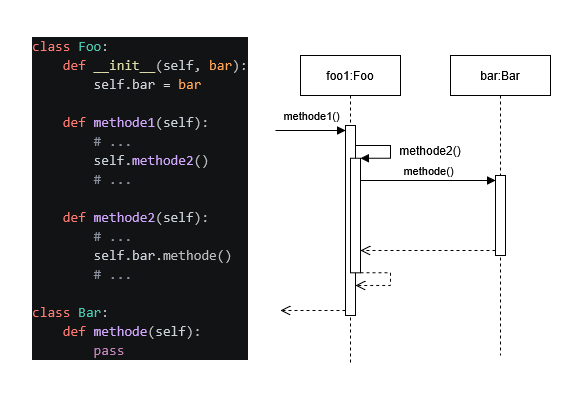
Earlier version of the draw.io export Kurstage/2026-04-02/Sequenzdiagramm.png (anbobm/TQ5-1). Source tidied: cells renumbered, new cells last; positions are measured from the earlier drawing's top-left corner, leaving out a move shared by most shapes.
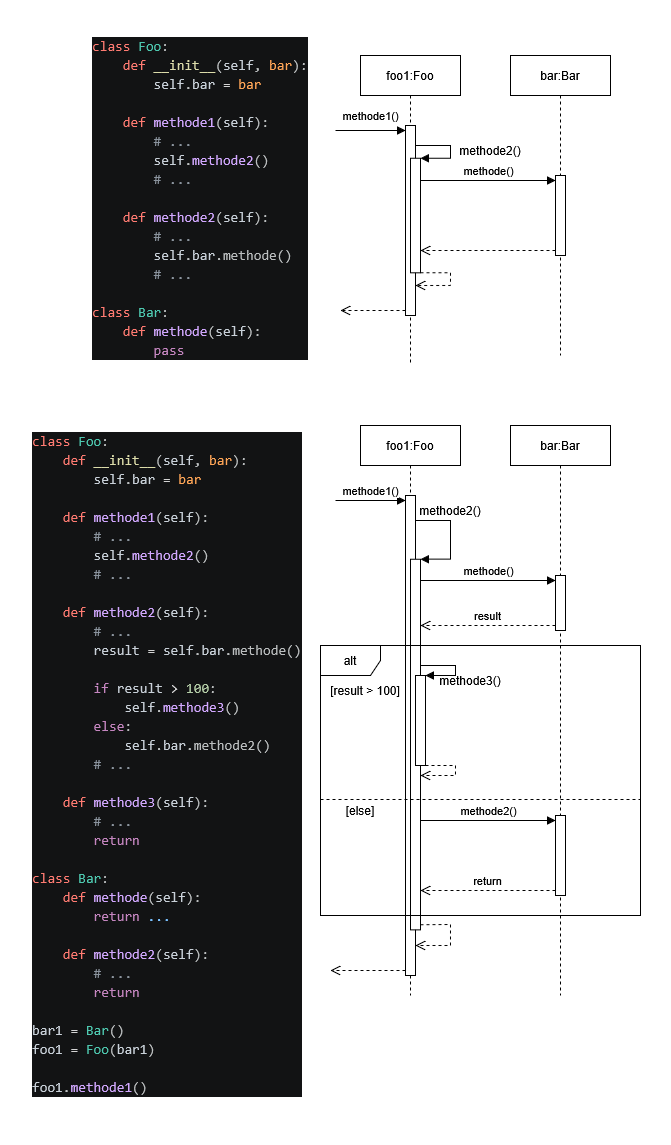
Above is the later version.

Commit message:
Beispiel Sequenzdiagramm geändert

The edit, as a diff of the source:
```diff
@@ -61,5 +61,114 @@
     <mxCell id="15" style="html=1;verticalAlign=bottom;endArrow=open;dashed=1;endSize=8;curved=0;rounded=0;exitX=0;exitY=1;exitDx=0;exitDy=-5;" parent="1" edge="1" source="7" target="10">
       <mxGeometry relative="1" as="geometry" />
     </mxCell>
+    <mxCell id="16" value="&lt;div style=&quot;color: #bbbebf;background-color: #121314;font-family: Consolas, 'Courier New', monospace;font-weight: normal;font-size: 14px;line-height: 19px;white-space: pre;&quot;&gt;&lt;div&gt;&lt;span style=&quot;color: #ff7b72;&quot;&gt;class&lt;/span&gt;&lt;span style=&quot;color: #bbbebf;&quot;&gt; &lt;/span&gt;&lt;span style=&quot;color: #4ec9b0;&quot;&gt;Foo&lt;/span&gt;&lt;span style=&quot;color: #bbbebf;&quot;&gt;:&lt;/span&gt;&lt;/div&gt;&lt;div&gt;&lt;span style=&quot;color: #bbbebf;&quot;&gt;&amp;nbsp; &amp;nbsp; &lt;/span&gt;&lt;span style=&quot;color: #ff7b72;&quot;&gt;def&lt;/span&gt;&lt;span style=&quot;color: #bbbebf;&quot;&gt; &lt;/span&gt;&lt;span style=&quot;color: #dcdcaa;&quot;&gt;__init__&lt;/span&gt;&lt;span style=&quot;color: #bbbebf;&quot;&gt;(&lt;/span&gt;&lt;span style=&quot;color: #c9d1d9;&quot;&gt;self&lt;/span&gt;&lt;span style=&quot;color: #bbbebf;&quot;&gt;, &lt;/span&gt;&lt;span style=&quot;color: #ffa657;&quot;&gt;bar&lt;/span&gt;&lt;span style=&quot;color: #bbbebf;&quot;&gt;):&lt;/span&gt;&lt;/div&gt;&lt;div&gt;&lt;span style=&quot;color: #bbbebf;&quot;&gt;&amp;nbsp; &amp;nbsp; &amp;nbsp; &amp;nbsp; &lt;/span&gt;&lt;span style=&quot;color: #c9d1d9;&quot;&gt;self&lt;/span&gt;&lt;span style=&quot;color: #bbbebf;&quot;&gt;.&lt;/span&gt;&lt;span style=&quot;color: #c9d1d9;&quot;&gt;bar&lt;/span&gt;&lt;span style=&quot;color: #bbbebf;&quot;&gt; &lt;/span&gt;&lt;span style=&quot;color: #d4d4d4;&quot;&gt;=&lt;/span&gt;&lt;span style=&quot;color: #bbbebf;&quot;&gt; &lt;/span&gt;&lt;span style=&quot;color: #ffa657;&quot;&gt;bar&lt;/span&gt;&lt;/div&gt;&lt;br&gt;&lt;div&gt;&lt;span style=&quot;color: #bbbebf;&quot;&gt;&amp;nbsp; &amp;nbsp; &lt;/span&gt;&lt;span style=&quot;color: #ff7b72;&quot;&gt;def&lt;/span&gt;&lt;span style=&quot;color: #bbbebf;&quot;&gt; &lt;/span&gt;&lt;span style=&quot;color: #d2a8ff;&quot;&gt;methode1&lt;/span&gt;&lt;span style=&quot;color: #bbbebf;&quot;&gt;(&lt;/span&gt;&lt;span style=&quot;color: #c9d1d9;&quot;&gt;self&lt;/span&gt;&lt;span style=&quot;color: #bbbebf;&quot;&gt;):&lt;/span&gt;&lt;/div&gt;&lt;div&gt;&lt;span style=&quot;color: #bbbebf;&quot;&gt;&amp;nbsp; &amp;nbsp; &amp;nbsp; &amp;nbsp; &lt;/span&gt;&lt;span style=&quot;color: #8b949e;&quot;&gt;# ...&lt;/span&gt;&lt;/div&gt;&lt;div&gt;&lt;span style=&quot;color: #bbbebf;&quot;&gt;&amp;nbsp; &amp;nbsp; &amp;nbsp; &amp;nbsp; &lt;/span&gt;&lt;span style=&quot;color: #c9d1d9;&quot;&gt;self&lt;/span&gt;&lt;span style=&quot;color: #bbbebf;&quot;&gt;.&lt;/span&gt;&lt;span style=&quot;color: #d2a8ff;&quot;&gt;methode2&lt;/span&gt;&lt;span style=&quot;color: #bbbebf;&quot;&gt;()&lt;/span&gt;&lt;/div&gt;&lt;div&gt;&lt;span style=&quot;color: #bbbebf;&quot;&gt;&amp;nbsp; &amp;nbsp; &amp;nbsp; &amp;nbsp; &lt;/span&gt;&lt;span style=&quot;color: #8b949e;&quot;&gt;# ...&lt;/span&gt;&lt;/div&gt;&lt;div&gt;&lt;span style=&quot;color: #bbbebf;&quot;&gt;&amp;nbsp; &amp;nbsp; &lt;/span&gt;&lt;/div&gt;&lt;div&gt;&lt;span style=&quot;color: #bbbebf;&quot;&gt;&amp;nbsp; &amp;nbsp; &lt;/span&gt;&lt;span style=&quot;color: #ff7b72;&quot;&gt;def&lt;/span&gt;&lt;span style=&quot;color: #bbbebf;&quot;&gt; &lt;/span&gt;&lt;span style=&quot;color: #d2a8ff;&quot;&gt;methode2&lt;/span&gt;&lt;span style=&quot;color: #bbbebf;&quot;&gt;(&lt;/span&gt;&lt;span style=&quot;color: #c9d1d9;&quot;&gt;self&lt;/span&gt;&lt;span style=&quot;color: #bbbebf;&quot;&gt;):&lt;/span&gt;&lt;/div&gt;&lt;div&gt;&lt;span style=&quot;color: #bbbebf;&quot;&gt;&amp;nbsp; &amp;nbsp; &amp;nbsp; &amp;nbsp; &lt;/span&gt;&lt;span style=&quot;color: #8b949e;&quot;&gt;# ...&lt;/span&gt;&lt;/div&gt;&lt;div&gt;&lt;span style=&quot;color: #bbbebf;&quot;&gt;&amp;nbsp; &amp;nbsp; &amp;nbsp; &amp;nbsp; &lt;/span&gt;&lt;span style=&quot;color: #c9d1d9;&quot;&gt;result&lt;/span&gt;&lt;span style=&quot;color: #bbbebf;&quot;&gt; &lt;/span&gt;&lt;span style=&quot;color: #d4d4d4;&quot;&gt;=&lt;/span&gt;&lt;span style=&quot;color: #bbbebf;&quot;&gt; &lt;/span&gt;&lt;span style=&quot;color: #c9d1d9;&quot;&gt;self&lt;/span&gt;&lt;span style=&quot;color: #bbbebf;&quot;&gt;.&lt;/span&gt;&lt;span style=&quot;color: #c9d1d9;&quot;&gt;bar&lt;/span&gt;&lt;span style=&quot;color: #bbbebf;&quot;&gt;.methode()&lt;/span&gt;&lt;/div&gt;&lt;br&gt;&lt;div&gt;&lt;span style=&quot;color: #bbbebf;&quot;&gt;&amp;nbsp; &amp;nbsp; &amp;nbsp; &amp;nbsp; &lt;/span&gt;&lt;span style=&quot;color: #c586c0;&quot;&gt;if&lt;/span&gt;&lt;span style=&quot;color: #bbbebf;&quot;&gt; &lt;/span&gt;&lt;span style=&quot;color: #c9d1d9;&quot;&gt;result&lt;/span&gt;&lt;span style=&quot;color: #bbbebf;&quot;&gt; &lt;/span&gt;&lt;span style=&quot;color: #d4d4d4;&quot;&gt;&amp;gt;&lt;/span&gt;&lt;span style=&quot;color: #bbbebf;&quot;&gt; &lt;/span&gt;&lt;span style=&quot;color: #b5cea8;&quot;&gt;100&lt;/span&gt;&lt;span style=&quot;color: #bbbebf;&quot;&gt;:&lt;/span&gt;&lt;/div&gt;&lt;div&gt;&lt;span style=&quot;color: #bbbebf;&quot;&gt;&amp;nbsp; &amp;nbsp; &amp;nbsp; &amp;nbsp; &amp;nbsp; &amp;nbsp; &lt;/span&gt;&lt;span style=&quot;color: #c9d1d9;&quot;&gt;self&lt;/span&gt;&lt;span style=&quot;color: #bbbebf;&quot;&gt;.&lt;/span&gt;&lt;span style=&quot;color: #d2a8ff;&quot;&gt;methode3&lt;/span&gt;&lt;span style=&quot;color: #bbbebf;&quot;&gt;()&lt;/span&gt;&lt;/div&gt;&lt;div&gt;&lt;span style=&quot;color: #bbbebf;&quot;&gt;&amp;nbsp; &amp;nbsp; &amp;nbsp; &amp;nbsp; &lt;/span&gt;&lt;span style=&quot;color: #c586c0;&quot;&gt;else&lt;/span&gt;&lt;span style=&quot;color: #bbbebf;&quot;&gt;:&lt;/span&gt;&lt;/div&gt;&lt;div&gt;&lt;span style=&quot;color: #bbbebf;&quot;&gt;&amp;nbsp; &amp;nbsp; &amp;nbsp; &amp;nbsp; &amp;nbsp; &amp;nbsp; &lt;/span&gt;&lt;span style=&quot;color: #c9d1d9;&quot;&gt;self&lt;/span&gt;&lt;span style=&quot;color: #bbbebf;&quot;&gt;.&lt;/span&gt;&lt;span style=&quot;color: #c9d1d9;&quot;&gt;bar&lt;/span&gt;&lt;span style=&quot;color: #bbbebf;&quot;&gt;.methode2()&lt;/span&gt;&lt;/div&gt;&lt;div&gt;&lt;span style=&quot;color: #bbbebf;&quot;&gt;&amp;nbsp; &amp;nbsp; &amp;nbsp; &amp;nbsp; &lt;/span&gt;&lt;span style=&quot;color: #8b949e;&quot;&gt;# ...&lt;/span&gt;&lt;/div&gt;&lt;div&gt;&lt;span style=&quot;color: #bbbebf;&quot;&gt;&amp;nbsp; &amp;nbsp; &lt;/span&gt;&lt;/div&gt;&lt;div&gt;&lt;span style=&quot;color: #bbbebf;&quot;&gt;&amp;nbsp; &amp;nbsp; &lt;/span&gt;&lt;span style=&quot;color: #ff7b72;&quot;&gt;def&lt;/span&gt;&lt;span style=&quot;color: #bbbebf;&quot;&gt; &lt;/span&gt;&lt;span style=&quot;color: #d2a8ff;&quot;&gt;methode3&lt;/span&gt;&lt;span style=&quot;color: #bbbebf;&quot;&gt;(&lt;/span&gt;&lt;span style=&quot;color: #c9d1d9;&quot;&gt;self&lt;/span&gt;&lt;span style=&quot;color: #bbbebf;&quot;&gt;):&lt;/span&gt;&lt;/div&gt;&lt;div&gt;&lt;span style=&quot;color: #bbbebf;&quot;&gt;&amp;nbsp; &amp;nbsp; &amp;nbsp; &amp;nbsp; &lt;/span&gt;&lt;span style=&quot;color: #8b949e;&quot;&gt;# ...&lt;/span&gt;&lt;/div&gt;&lt;div&gt;&lt;span style=&quot;color: #bbbebf;&quot;&gt;&amp;nbsp; &amp;nbsp; &amp;nbsp; &amp;nbsp; &lt;/span&gt;&lt;span style=&quot;color: #c586c0;&quot;&gt;return&lt;/span&gt;&lt;/div&gt;&lt;br&gt;&lt;div&gt;&lt;span style=&quot;color: #ff7b72;&quot;&gt;class&lt;/span&gt;&lt;span style=&quot;color: #bbbebf;&quot;&gt; &lt;/span&gt;&lt;span style=&quot;color: #4ec9b0;&quot;&gt;Bar&lt;/span&gt;&lt;span style=&quot;color: #bbbebf;&quot;&gt;:&lt;/span&gt;&lt;/div&gt;&lt;div&gt;&lt;span style=&quot;color: #bbbebf;&quot;&gt;&amp;nbsp; &amp;nbsp; &lt;/span&gt;&lt;span style=&quot;color: #ff7b72;&quot;&gt;def&lt;/span&gt;&lt;span style=&quot;color: #bbbebf;&quot;&gt; &lt;/span&gt;&lt;span style=&quot;color: #d2a8ff;&quot;&gt;methode&lt;/span&gt;&lt;span style=&quot;color: #bbbebf;&quot;&gt;(&lt;/span&gt;&lt;span style=&quot;color: #c9d1d9;&quot;&gt;self&lt;/span&gt;&lt;span style=&quot;color: #bbbebf;&quot;&gt;):&lt;/span&gt;&lt;/div&gt;&lt;div&gt;&lt;span style=&quot;color: #bbbebf;&quot;&gt;&amp;nbsp; &amp;nbsp; &amp;nbsp; &amp;nbsp; &lt;/span&gt;&lt;span style=&quot;color: #c586c0;&quot;&gt;return&lt;/span&gt;&lt;span style=&quot;color: #bbbebf;&quot;&gt; &lt;/span&gt;&lt;span style=&quot;color: #79c0ff;&quot;&gt;...&lt;/span&gt;&lt;/div&gt;&lt;div&gt;&lt;span style=&quot;color: #bbbebf;&quot;&gt;&amp;nbsp; &amp;nbsp; &lt;/span&gt;&lt;/div&gt;&lt;div&gt;&lt;span style=&quot;color: #bbbebf;&quot;&gt;&amp;nbsp; &amp;nbsp; &lt;/span&gt;&lt;span style=&quot;color: #ff7b72;&quot;&gt;def&lt;/span&gt;&lt;span style=&quot;color: #bbbebf;&quot;&gt; &lt;/span&gt;&lt;span style=&quot;color: #d2a8ff;&quot;&gt;methode2&lt;/span&gt;&lt;span style=&quot;color: #bbbebf;&quot;&gt;(&lt;/span&gt;&lt;span style=&quot;color: #c9d1d9;&quot;&gt;self&lt;/span&gt;&lt;span style=&quot;color: #bbbebf;&quot;&gt;):&lt;/span&gt;&lt;/div&gt;&lt;div&gt;&lt;span style=&quot;color: #bbbebf;&quot;&gt;&amp;nbsp; &amp;nbsp; &amp;nbsp; &amp;nbsp; &lt;/span&gt;&lt;span style=&quot;color: #8b949e;&quot;&gt;# ...&lt;/span&gt;&lt;/div&gt;&lt;div&gt;&lt;span style=&quot;color: #bbbebf;&quot;&gt;&amp;nbsp; &amp;nbsp; &amp;nbsp; &amp;nbsp; &lt;/span&gt;&lt;span style=&quot;color: #c586c0;&quot;&gt;return&lt;/span&gt;&lt;/div&gt;&lt;br&gt;&lt;div&gt;&lt;span style=&quot;color: #c9d1d9;&quot;&gt;bar1&lt;/span&gt;&lt;span style=&quot;color: #bbbebf;&quot;&gt; &lt;/span&gt;&lt;span style=&quot;color: #d4d4d4;&quot;&gt;=&lt;/span&gt;&lt;span style=&quot;color: #bbbebf;&quot;&gt; &lt;/span&gt;&lt;span style=&quot;color: #4ec9b0;&quot;&gt;Bar&lt;/span&gt;&lt;span style=&quot;color: #bbbebf;&quot;&gt;()&lt;/span&gt;&lt;/div&gt;&lt;div&gt;&lt;span style=&quot;color: #c9d1d9;&quot;&gt;foo1&lt;/span&gt;&lt;span style=&quot;color: #bbbebf;&quot;&gt; &lt;/span&gt;&lt;span style=&quot;color: #d4d4d4;&quot;&gt;=&lt;/span&gt;&lt;span style=&quot;color: #bbbebf;&quot;&gt; &lt;/span&gt;&lt;span style=&quot;color: #4ec9b0;&quot;&gt;Foo&lt;/span&gt;&lt;span style=&quot;color: #bbbebf;&quot;&gt;(&lt;/span&gt;&lt;span style=&quot;color: #c9d1d9;&quot;&gt;bar1&lt;/span&gt;&lt;span style=&quot;color: #bbbebf;&quot;&gt;)&lt;/span&gt;&lt;/div&gt;&lt;br&gt;&lt;div&gt;&lt;span style=&quot;color: #c9d1d9;&quot;&gt;foo1&lt;/span&gt;&lt;span style=&quot;color: #bbbebf;&quot;&gt;.&lt;/span&gt;&lt;span style=&quot;color: #d2a8ff;&quot;&gt;methode1&lt;/span&gt;&lt;span style=&quot;color: #bbbebf;&quot;&gt;()&lt;/span&gt;&lt;/div&gt;&lt;/div&gt;" style="text;whiteSpace=wrap;html=1;" parent="1" vertex="1">
+      <mxGeometry x="-60" y="395" width="300" height="690" as="geometry" />
+    </mxCell>
+    <mxCell id="17" value="foo1:Foo" style="shape=umlLifeline;perimeter=lifelinePerimeter;whiteSpace=wrap;html=1;newEdgeStyle={&quot;curved&quot;:0,&quot;rounded&quot;:0};" parent="1" vertex="1">
+      <mxGeometry x="270" y="395" width="100" height="570" as="geometry" />
+    </mxCell>
+    <mxCell id="18" style="html=1;points=[[0,0,0,0,5],[0,1,0,0,-5],[1,0,0,0,5],[1,1,0,0,-5]];perimeter=orthogonalPerimeter;outlineConnect=0;targetShapes=umlLifeline;portConstraint=eastwest;newEdgeStyle={&quot;curved&quot;:0,&quot;rounded&quot;:0};" parent="17" vertex="1">
+      <mxGeometry x="45" y="70" width="10" height="480" as="geometry" />
+    </mxCell>
+    <mxCell id="19" value="methode1()" style="html=1;verticalAlign=bottom;endArrow=block;curved=0;rounded=0;entryX=0;entryY=0;entryDx=0;entryDy=5;" parent="17" edge="1" target="18">
+      <mxGeometry relative="1" as="geometry">
+        <mxPoint x="-25" y="75" as="sourcePoint" />
+      </mxGeometry>
+    </mxCell>
+    <mxCell id="20" value="bar:Bar" style="shape=umlLifeline;perimeter=lifelinePerimeter;whiteSpace=wrap;html=1;newEdgeStyle={&quot;curved&quot;:0,&quot;rounded&quot;:0};" parent="1" vertex="1">
+      <mxGeometry x="420" y="395" width="100" height="570" as="geometry" />
+    </mxCell>
+    <mxCell id="21" style="html=1;points=[[0,0,0,0,5],[0,1,0,0,-5],[1,0,0,0,5],[1,1,0,0,-5]];perimeter=orthogonalPerimeter;outlineConnect=0;targetShapes=umlLifeline;portConstraint=eastwest;newEdgeStyle={&quot;curved&quot;:0,&quot;rounded&quot;:0};" parent="20" vertex="1">
+      <mxGeometry x="45" y="150" width="10" height="55" as="geometry" />
+    </mxCell>
+    <mxCell id="22" style="group;" parent="1" vertex="1">
+      <mxGeometry x="320" y="490" width="40" height="425" as="geometry" />
+    </mxCell>
+    <mxCell id="23" style="html=1;points=[[0,0,0,0,5],[0,1,0,0,-5],[1,0,0,0,5],[1,1,0,0,-5]];perimeter=orthogonalPerimeter;outlineConnect=0;targetShapes=umlLifeline;portConstraint=eastwest;newEdgeStyle={&quot;curved&quot;:0,&quot;rounded&quot;:0};" parent="22" vertex="1">
+      <mxGeometry y="38.6" width="10" height="370.6" as="geometry" />
+    </mxCell>
+    <mxCell id="24" style="html=1;verticalAlign=bottom;endArrow=block;curved=0;rounded=0;" parent="22" edge="1" target="23">
+      <mxGeometry x="-0.31" y="5" relative="1" as="geometry">
+        <mxPoint x="5" as="sourcePoint" />
+        <Array as="points">
+          <mxPoint x="40" />
+          <mxPoint x="40" y="38.6" />
+        </Array>
+      </mxGeometry>
+    </mxCell>
+    <mxCell id="25" style="html=1;verticalAlign=bottom;endArrow=open;dashed=1;endSize=8;curved=0;rounded=0;exitX=1;exitY=1;exitDx=0;exitDy=-5;exitPerimeter=0;" parent="22" edge="1" source="23">
+      <mxGeometry relative="1" as="geometry">
+        <mxPoint x="5" y="425" as="targetPoint" />
+        <Array as="points">
+          <mxPoint x="40" y="404" />
+          <mxPoint x="40" y="425" />
+        </Array>
+      </mxGeometry>
+    </mxCell>
+    <mxCell id="26" value="methode2()" style="text;html=1;whiteSpace=wrap;strokeColor=none;fillColor=none;align=center;verticalAlign=middle;rounded=0;" parent="1" vertex="1">
+      <mxGeometry x="330" y="465" width="60" height="30" as="geometry" />
+    </mxCell>
+    <mxCell id="27" value="result" style="html=1;verticalAlign=bottom;endArrow=open;dashed=1;endSize=8;curved=0;rounded=0;exitX=0;exitY=1;exitDx=0;exitDy=-5;" parent="1" edge="1" source="21" target="23">
+      <mxGeometry relative="1" as="geometry" />
+    </mxCell>
+    <mxCell id="28" value="alt" style="shape=umlFrame;whiteSpace=wrap;html=1;" parent="1" vertex="1">
+      <mxGeometry x="230" y="615" width="320" height="270" as="geometry" />
+    </mxCell>
+    <mxCell id="29" style="html=1;verticalAlign=bottom;endArrow=open;dashed=1;endSize=8;curved=0;rounded=0;exitX=0;exitY=1;exitDx=0;exitDy=-5;" parent="1" edge="1" source="18">
+      <mxGeometry relative="1" as="geometry">
+        <mxPoint x="240" y="940" as="targetPoint" />
+      </mxGeometry>
+    </mxCell>
+    <mxCell id="30" value="[result &amp;gt; 100]" style="text;html=1;whiteSpace=wrap;strokeColor=none;fillColor=none;align=center;verticalAlign=middle;rounded=0;" parent="1" vertex="1">
+      <mxGeometry x="230" y="645" width="90" height="30" as="geometry" />
+    </mxCell>
+    <mxCell id="31" style="group;" parent="1" vertex="1">
+      <mxGeometry x="325" y="635" width="40" height="110" as="geometry" />
+    </mxCell>
+    <mxCell id="32" style="html=1;points=[[0,0,0,0,5],[0,1,0,0,-5],[1,0,0,0,5],[1,1,0,0,-5]];perimeter=orthogonalPerimeter;outlineConnect=0;targetShapes=umlLifeline;portConstraint=eastwest;newEdgeStyle={&quot;curved&quot;:0,&quot;rounded&quot;:0};" parent="31" vertex="1">
+      <mxGeometry y="10" width="10" height="90" as="geometry" />
+    </mxCell>
+    <mxCell id="33" style="html=1;verticalAlign=bottom;endArrow=block;curved=0;rounded=0;" parent="31" edge="1" target="32">
+      <mxGeometry x="-0.31" y="5" relative="1" as="geometry">
+        <mxPoint x="5" as="sourcePoint" />
+        <Array as="points">
+          <mxPoint x="40" />
+          <mxPoint x="40" y="10" />
+        </Array>
+      </mxGeometry>
+    </mxCell>
+    <mxCell id="34" style="html=1;verticalAlign=bottom;endArrow=open;dashed=1;endSize=8;curved=0;rounded=0;" parent="31" edge="1">
+      <mxGeometry relative="1" as="geometry">
+        <mxPoint x="10" y="100" as="sourcePoint" />
+        <mxPoint x="5" y="110" as="targetPoint" />
+        <Array as="points">
+          <mxPoint x="40" y="100" />
+          <mxPoint x="40" y="110" />
+        </Array>
+      </mxGeometry>
+    </mxCell>
+    <mxCell id="35" value="methode3()" style="text;html=1;whiteSpace=wrap;strokeColor=none;fillColor=none;align=center;verticalAlign=middle;rounded=0;" parent="1" vertex="1">
+      <mxGeometry x="350" y="635" width="60" height="30" as="geometry" />
+    </mxCell>
+    <mxCell id="36" style="line;strokeWidth=1;fillColor=none;align=left;verticalAlign=middle;spacingTop=-1;spacingLeft=3;spacingRight=3;labelPosition=right;strokeColor=inherit;dashed=1;" parent="1" vertex="1">
+      <mxGeometry x="230" y="765" width="320" height="8" as="geometry" />
+    </mxCell>
+    <mxCell id="37" value="[else]" style="text;html=1;whiteSpace=wrap;strokeColor=none;fillColor=none;align=center;verticalAlign=middle;rounded=0;" parent="1" vertex="1">
+      <mxGeometry x="240" y="765" width="60" height="30" as="geometry" />
+    </mxCell>
+    <mxCell id="38" style="html=1;points=[[0,0,0,0,5],[0,1,0,0,-5],[1,0,0,0,5],[1,1,0,0,-5]];perimeter=orthogonalPerimeter;outlineConnect=0;targetShapes=umlLifeline;portConstraint=eastwest;newEdgeStyle={&quot;curved&quot;:0,&quot;rounded&quot;:0};" parent="1" vertex="1">
+      <mxGeometry x="465" y="785" width="10" height="80" as="geometry" />
+    </mxCell>
+    <mxCell id="39" value="methode2()" style="html=1;verticalAlign=bottom;endArrow=block;curved=0;rounded=0;entryX=0;entryY=0;entryDx=0;entryDy=5;" parent="1" edge="1" target="38">
+      <mxGeometry relative="1" as="geometry">
+        <mxPoint x="330" y="790" as="sourcePoint" />
+      </mxGeometry>
+    </mxCell>
+    <mxCell id="40" value="return" style="html=1;verticalAlign=bottom;endArrow=open;dashed=1;endSize=8;curved=0;rounded=0;exitX=0;exitY=1;exitDx=0;exitDy=-5;" parent="1" edge="1" source="38" target="23">
+      <mxGeometry relative="1" as="geometry" />
+    </mxCell>
+    <mxCell id="41" value="methode()" style="html=1;verticalAlign=bottom;endArrow=block;curved=0;rounded=0;entryX=0;entryY=0;entryDx=0;entryDy=5;" parent="1" edge="1" source="23" target="21">
+      <mxGeometry relative="1" as="geometry" />
+    </mxCell>
   </root>
 </mxGraphModel>
```
